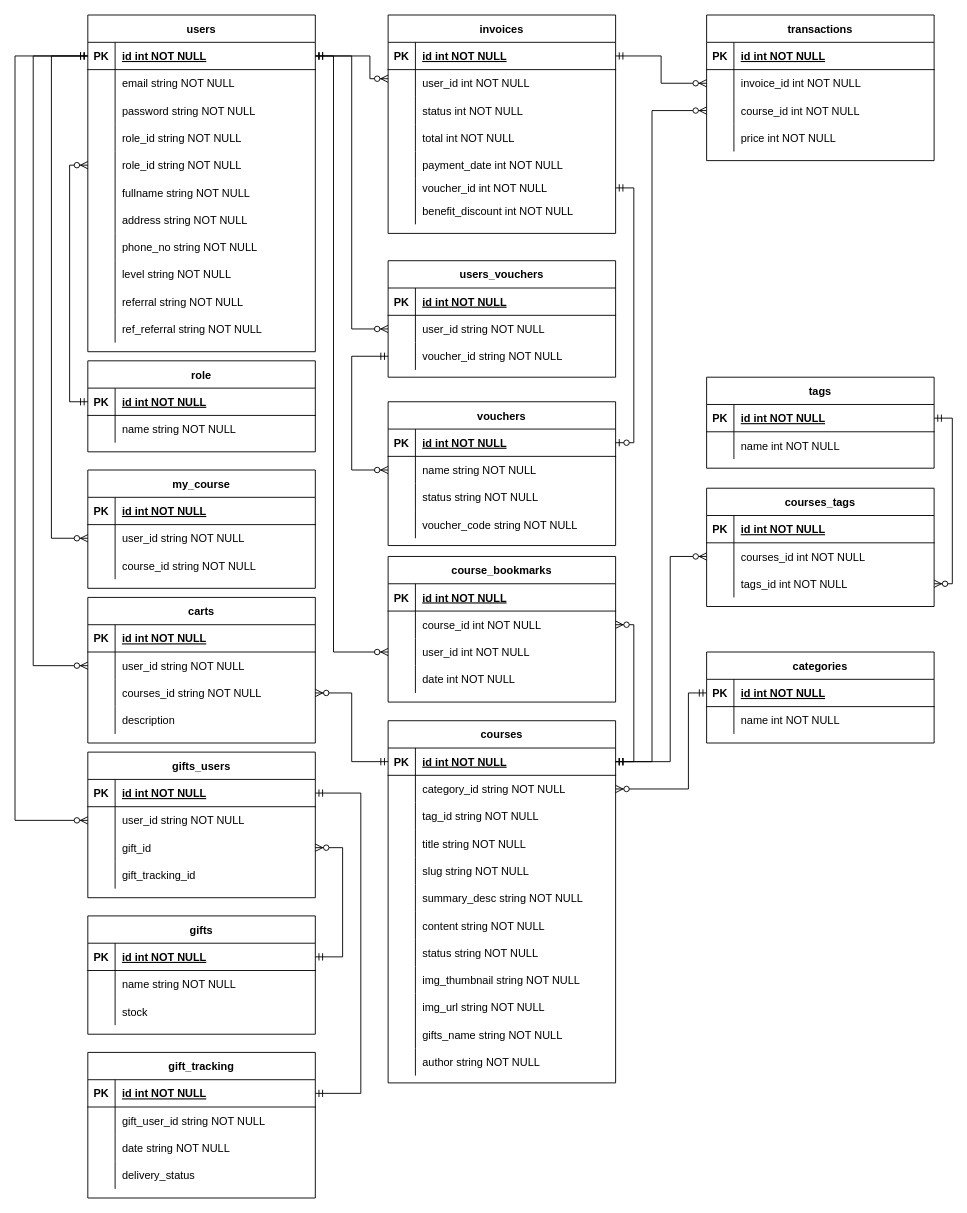
Earlier version of the draw.io diagram page "ERD" (1 of 2) of online-learning.drawio (azmiadhani/diagramsnet). Source tidied: cells renumbered, new cells numbered last; positions are measured from the earlier drawing's top-left corner, leaving out a move shared by most shapes. Both pictures are drawn from the tidied source at 91%, with x=0, y=0 at pixel (-258, 15).
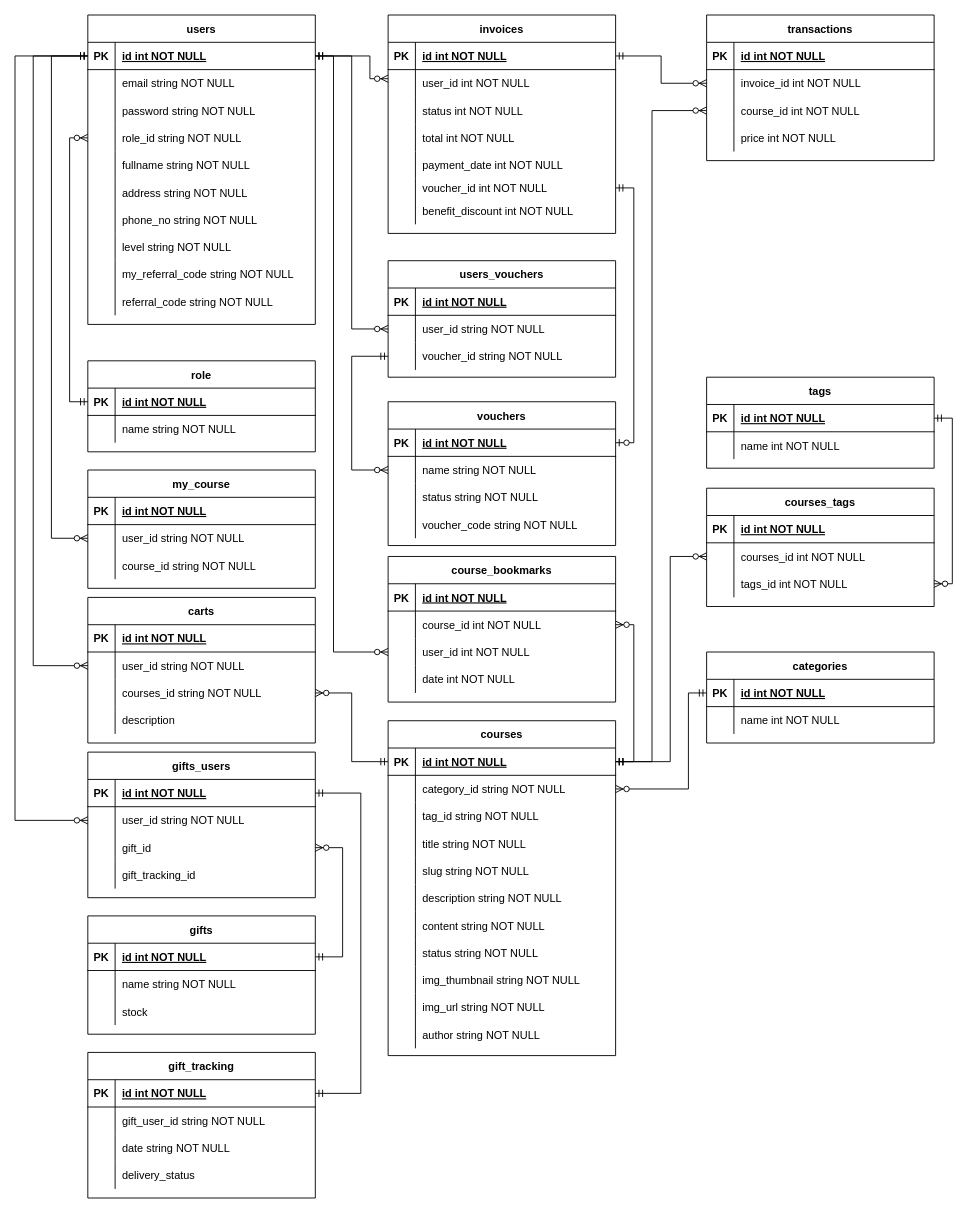
Above is the later version.

Unchanged cells that the change refers to:
```xml
<mxCell id="52" style="shape=partialRectangle;fillColor=none;top=0;left=0;right=0;bottom=0;" parent="36" vertex="1">
  <mxGeometry y="180" width="250" height="30" as="geometry" />
</mxCell>
```

What changed in the source:
```diff
@@
     <mxCell id="2" value="users" style="shape=table;startSize=30;childLayout=tableLayout;rowLines=0;fontStyle=1;align=center;" parent="1" vertex="1">
-      <mxGeometry x="380" width="250" height="370" as="geometry" />
+      <mxGeometry x="380" width="250" height="340" as="geometry" />
     </mxCell>
@@
-    <mxCell id="12" style="shape=partialRectangle;fillColor=none;top=0;left=0;right=0;bottom=0;" parent="2" vertex="1">
-      <mxGeometry y="120" width="250" height="30" as="geometry" />
-    </mxCell>
-    <mxCell id="13" style="shape=partialRectangle;overflow=hidden;fillColor=none;top=0;left=0;bottom=0;right=0;" parent="12" vertex="1">
-      <mxGeometry width="30" height="30" as="geometry" />
-    </mxCell>
-    <mxCell id="14" value="role_id string NOT NULL" style="shape=partialRectangle;overflow=hidden;fillColor=none;top=0;left=0;bottom=0;right=0;align=left;spacingLeft=6;" parent="12" vertex="1">
-      <mxGeometry x="30" width="220" height="30" as="geometry" />
-    </mxCell>
     <mxCell id="15" style="shape=partialRectangle;fillColor=none;points=[[0,0.5],[1,0.5]];portConstraint=eastwest;top=0;left=0;right=0;bottom=0;" parent="2" vertex="1">
-      <mxGeometry y="150" width="250" height="30" as="geometry" />
+      <mxGeometry y="120" width="250" height="30" as="geometry" />
     </mxCell>
@@
     <mxCell id="18" style="shape=partialRectangle;fillColor=none;top=0;left=0;right=0;bottom=0;" parent="2" vertex="1">
-      <mxGeometry y="180" width="250" height="30" as="geometry" />
+      <mxGeometry y="150" width="250" height="30" as="geometry" />
     </mxCell>
@@
     <mxCell id="21" style="shape=partialRectangle;fillColor=none;top=0;left=0;right=0;bottom=0;" parent="2" vertex="1">
-      <mxGeometry y="210" width="250" height="30" as="geometry" />
+      <mxGeometry y="180" width="250" height="30" as="geometry" />
     </mxCell>
@@
     <mxCell id="24" style="shape=partialRectangle;fillColor=none;top=0;left=0;right=0;bottom=0;" parent="2" vertex="1">
-      <mxGeometry y="240" width="250" height="30" as="geometry" />
+      <mxGeometry y="210" width="250" height="30" as="geometry" />
     </mxCell>
@@
     <mxCell id="27" style="shape=partialRectangle;fillColor=none;top=0;left=0;right=0;bottom=0;" parent="2" vertex="1">
-      <mxGeometry y="270" width="250" height="30" as="geometry" />
+      <mxGeometry y="240" width="250" height="30" as="geometry" />
     </mxCell>
@@
     <mxCell id="30" style="shape=partialRectangle;fillColor=none;top=0;left=0;right=0;bottom=0;" parent="2" vertex="1">
-      <mxGeometry y="300" width="250" height="30" as="geometry" />
+      <mxGeometry y="270" width="250" height="30" as="geometry" />
     </mxCell>
@@
-    <mxCell id="32" value="referral string NOT NULL" style="shape=partialRectangle;overflow=hidden;fillColor=none;top=0;left=0;bottom=0;right=0;align=left;spacingLeft=6;" parent="30" vertex="1">
+    <mxCell id="32" value="my_referral_code string NOT NULL" style="shape=partialRectangle;overflow=hidden;fillColor=none;top=0;left=0;bottom=0;right=0;align=left;spacingLeft=6;" parent="30" vertex="1">
       <mxGeometry x="30" width="220" height="30" as="geometry" />
     </mxCell>
     <mxCell id="33" style="shape=partialRectangle;fillColor=none;top=0;left=0;right=0;bottom=0;" parent="2" vertex="1">
-      <mxGeometry y="330" width="250" height="30" as="geometry" />
+      <mxGeometry y="300" width="250" height="30" as="geometry" />
     </mxCell>
@@
-    <mxCell id="35" value="ref_referral string NOT NULL" style="shape=partialRectangle;overflow=hidden;fillColor=none;top=0;left=0;bottom=0;right=0;align=left;spacingLeft=6;" parent="33" vertex="1">
+    <mxCell id="35" value="referral_code string NOT NULL" style="shape=partialRectangle;overflow=hidden;fillColor=none;top=0;left=0;bottom=0;right=0;align=left;spacingLeft=6;" parent="33" vertex="1">
       <mxGeometry x="30" width="220" height="30" as="geometry" />
     </mxCell>
     <mxCell id="36" value="courses" style="shape=table;startSize=30;childLayout=tableLayout;rowLines=0;fontStyle=1;align=center;" parent="1" vertex="1">
-      <mxGeometry x="710" y="775.5" width="250" height="398" as="geometry" />
+      <mxGeometry x="710" y="775.5" width="250" height="368" as="geometry" />
     </mxCell>
@@
-    <mxCell id="54" value="summary_desc string NOT NULL" style="shape=partialRectangle;overflow=hidden;fillColor=none;top=0;left=0;bottom=0;right=0;align=left;spacingLeft=6;" parent="52" vertex="1">
+    <mxCell id="54" value="description string NOT NULL" style="shape=partialRectangle;overflow=hidden;fillColor=none;top=0;left=0;bottom=0;right=0;align=left;spacingLeft=6;" parent="52" vertex="1">
       <mxGeometry x="30" width="220" height="30" as="geometry" />
     </mxCell>
@@
-    <mxCell id="67" style="shape=partialRectangle;fillColor=none;top=0;left=0;right=0;bottom=0;" parent="36" vertex="1">
-      <mxGeometry y="330" width="250" height="30" as="geometry" />
-    </mxCell>
-    <mxCell id="68" style="shape=partialRectangle;overflow=hidden;fillColor=none;top=0;left=0;bottom=0;right=0;" parent="67" vertex="1">
-      <mxGeometry width="30" height="30" as="geometry" />
-    </mxCell>
-    <mxCell id="69" value="gifts_name string NOT NULL" style="shape=partialRectangle;overflow=hidden;fillColor=none;top=0;left=0;bottom=0;right=0;align=left;spacingLeft=6;" parent="67" vertex="1">
-      <mxGeometry x="30" width="220" height="30" as="geometry" />
-    </mxCell>
     <mxCell id="70" style="shape=partialRectangle;fillColor=none;top=0;left=0;right=0;bottom=0;" parent="36" vertex="1">
-      <mxGeometry y="360" width="250" height="30" as="geometry" />
+      <mxGeometry y="330" width="250" height="30" as="geometry" />
     </mxCell>
```
